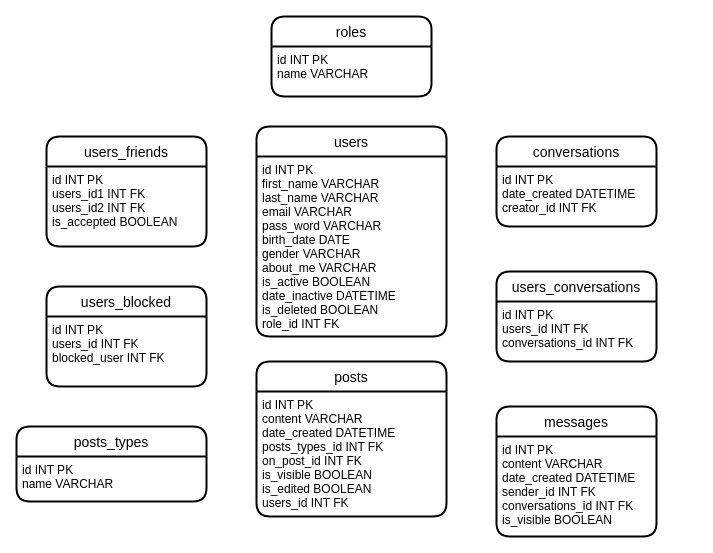
This is UI/KOPPLINGSDIAGRAM.drawio from Radagastno1/Facebook-Lite, a draw.io file, before an edit. Source tidied: cells renumbered, new cells numbered last; positions are measured from the earlier drawing's top-left corner, leaving out a move shared by most shapes. Both pictures are drawn from the tidied source at 100%, with x=0, y=0 at pixel (16, 16).
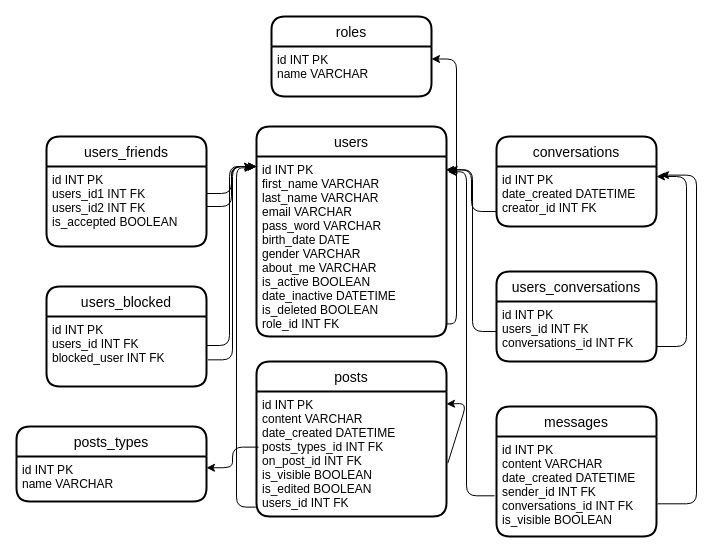
The same page after the edit.

The change refers to these unchanged cells:
```xml
<mxCell id="3" value="id INT PK&#10;name VARCHAR" style="align=left;strokeColor=none;fillColor=none;spacingLeft=4;fontSize=12;verticalAlign=top;" parent="2" vertex="1">
  <mxGeometry y="30" width="160" height="50" as="geometry" />
</mxCell>
<mxCell id="6" value="id INT PK&#10;users_id1 INT FK&#10;users_id2 INT FK&#10;is_accepted BOOLEAN" style="align=left;strokeColor=none;fillColor=none;spacingLeft=4;fontSize=12;verticalAlign=top;" parent="4" vertex="1">
  <mxGeometry y="30" width="160" height="80" as="geometry" />
</mxCell>
<mxCell id="9" value="id INT PK&#10;users_id INT FK&#10;blocked_user INT FK" style="align=left;strokeColor=none;fillColor=none;spacingLeft=4;fontSize=12;verticalAlign=top;" parent="7" vertex="1">
  <mxGeometry y="30" width="160" height="70" as="geometry" />
</mxCell>
<mxCell id="12" value="id INT PK&#10;first_name VARCHAR&#10;last_name VARCHAR&#10;email VARCHAR&#10;pass_word VARCHAR&#10;birth_date DATE&#10;gender VARCHAR&#10;about_me VARCHAR&#10;is_active BOOLEAN&#10;date_inactive DATETIME&#10;is_deleted BOOLEAN&#10;role_id INT FK" style="align=left;strokeColor=none;fillColor=none;spacingLeft=4;fontSize=12;verticalAlign=top;" parent="10" vertex="1">
  <mxGeometry y="30" width="190" height="180" as="geometry" />
</mxCell>
<mxCell id="13" value="posts" style="swimlane;horizontal=1;startSize=30;rounded=1;fontSize=14;fontStyle=0;strokeWidth=2;shadow=0;dashed=0;align=center;" parent="1" vertex="1">
  <mxGeometry x="240" y="345" width="190" height="155" as="geometry" />
</mxCell>
<mxCell id="15" value="id INT PK&#10;content VARCHAR&#10;date_created DATETIME&#10;posts_types_id INT FK&#10;on_post_id INT FK&#10;is_visible BOOLEAN&#10;is_edited BOOLEAN&#10;users_id INT FK" style="align=left;strokeColor=none;fillColor=none;spacingLeft=4;fontSize=12;verticalAlign=top;" parent="13" vertex="1">
  <mxGeometry y="30" width="190" height="125" as="geometry" />
</mxCell>
<mxCell id="18" value="id INT PK&#10;name VARCHAR " style="align=left;strokeColor=none;fillColor=none;spacingLeft=4;fontSize=12;verticalAlign=top;" parent="16" vertex="1">
  <mxGeometry y="30" width="190" height="45" as="geometry" />
</mxCell>
<mxCell id="21" value="id INT PK&#10;date_created DATETIME&#10;creator_id INT FK" style="align=left;strokeColor=none;fillColor=none;spacingLeft=4;fontSize=12;verticalAlign=top;" parent="19" vertex="1">
  <mxGeometry y="30" width="160" height="60" as="geometry" />
</mxCell>
<mxCell id="24" value="id INT PK&#10;users_id INT FK&#10;conversations_id INT FK" style="align=left;strokeColor=none;fillColor=none;spacingLeft=4;fontSize=12;verticalAlign=top;" parent="22" vertex="1">
  <mxGeometry y="30" width="160" height="60" as="geometry" />
</mxCell>
<mxCell id="27" value="id INT PK&#10;content VARCHAR&#10;date_created DATETIME&#10;sender_id INT FK&#10;conversations_id INT FK&#10;is_visible BOOLEAN" style="align=left;strokeColor=none;fillColor=none;spacingLeft=4;fontSize=12;verticalAlign=top;" parent="25" vertex="1">
  <mxGeometry y="30" width="160" height="100" as="geometry" />
</mxCell>
```

Diff of the diagram source:
```diff
@@
+    <mxCell id="28" style="edgeStyle=elbowEdgeStyle;elbow=horizontal;endArrow=classic;html=1;entryX=1;entryY=0.099;entryDx=0;entryDy=0;entryPerimeter=0;exitX=1.007;exitY=0.573;exitDx=0;exitDy=0;exitPerimeter=0;" parent="13" edge="1" source="15" target="15">
+      <mxGeometry relative="1" as="geometry">
+        <Array as="points">
+          <mxPoint x="210" y="42" />
+        </Array>
+      </mxGeometry>
+    </mxCell>
@@
+    <mxCell id="29" style="edgeStyle=elbowEdgeStyle;elbow=horizontal;endArrow=classic;html=1;exitX=1;exitY=0.5;exitDx=0;exitDy=0;entryX=0;entryY=0.056;entryDx=0;entryDy=0;entryPerimeter=0;" parent="1" edge="1" source="6" target="12">
+      <mxGeometry relative="1" as="geometry" />
+    </mxCell>
+    <mxCell id="30" style="edgeStyle=elbowEdgeStyle;elbow=horizontal;endArrow=classic;html=1;" parent="1" edge="1">
+      <mxGeometry relative="1" as="geometry">
+        <mxPoint x="190" y="177" as="sourcePoint" />
+        <mxPoint x="240" y="150" as="targetPoint" />
+      </mxGeometry>
+    </mxCell>
+    <mxCell id="31" style="edgeStyle=elbowEdgeStyle;elbow=horizontal;endArrow=classic;html=1;exitX=0.996;exitY=0.93;exitDx=0;exitDy=0;entryX=1;entryY=0.25;entryDx=0;entryDy=0;exitPerimeter=0;" parent="1" edge="1" source="12" target="3">
+      <mxGeometry relative="1" as="geometry">
+        <Array as="points">
+          <mxPoint x="440" y="180" />
+        </Array>
+      </mxGeometry>
+    </mxCell>
+    <mxCell id="32" style="edgeStyle=elbowEdgeStyle;elbow=horizontal;endArrow=classic;html=1;exitX=1.008;exitY=0.619;exitDx=0;exitDy=0;exitPerimeter=0;" parent="1" edge="1" source="9">
+      <mxGeometry relative="1" as="geometry">
+        <mxPoint x="240" y="150" as="targetPoint" />
+      </mxGeometry>
+    </mxCell>
+    <mxCell id="33" style="edgeStyle=elbowEdgeStyle;elbow=horizontal;endArrow=classic;html=1;" parent="1" edge="1">
+      <mxGeometry relative="1" as="geometry">
+        <mxPoint x="190" y="329" as="sourcePoint" />
+        <mxPoint x="236" y="150" as="targetPoint" />
+      </mxGeometry>
+    </mxCell>
+    <mxCell id="34" style="edgeStyle=elbowEdgeStyle;elbow=horizontal;endArrow=classic;html=1;exitX=0;exitY=0.75;exitDx=0;exitDy=0;entryX=0.996;entryY=0.074;entryDx=0;entryDy=0;entryPerimeter=0;" parent="1" edge="1" source="21" target="12">
+      <mxGeometry relative="1" as="geometry" />
+    </mxCell>
+    <mxCell id="35" style="edgeStyle=elbowEdgeStyle;elbow=horizontal;endArrow=classic;html=1;exitX=0;exitY=0.5;exitDx=0;exitDy=0;entryX=1.014;entryY=0.074;entryDx=0;entryDy=0;entryPerimeter=0;" parent="1" edge="1" source="24" target="12">
+      <mxGeometry relative="1" as="geometry" />
+    </mxCell>
+    <mxCell id="36" style="edgeStyle=elbowEdgeStyle;elbow=horizontal;endArrow=classic;html=1;exitX=1;exitY=0.75;exitDx=0;exitDy=0;" parent="1" edge="1" source="24">
+      <mxGeometry relative="1" as="geometry">
+        <mxPoint x="640" y="160" as="targetPoint" />
+        <Array as="points">
+          <mxPoint x="670" y="245" />
+        </Array>
+      </mxGeometry>
+    </mxCell>
+    <mxCell id="37" style="edgeStyle=elbowEdgeStyle;elbow=horizontal;endArrow=classic;html=1;exitX=1.008;exitY=0.673;exitDx=0;exitDy=0;entryX=1.025;entryY=0.144;entryDx=0;entryDy=0;entryPerimeter=0;exitPerimeter=0;" parent="1" edge="1" source="27" target="21">
+      <mxGeometry relative="1" as="geometry">
+        <Array as="points">
+          <mxPoint x="680" y="320" />
+        </Array>
+      </mxGeometry>
+    </mxCell>
+    <mxCell id="38" style="edgeStyle=elbowEdgeStyle;elbow=horizontal;endArrow=classic;html=1;exitX=-0.012;exitY=0.593;exitDx=0;exitDy=0;entryX=1.007;entryY=0.085;entryDx=0;entryDy=0;entryPerimeter=0;exitPerimeter=0;" parent="1" edge="1" source="27" target="12">
+      <mxGeometry relative="1" as="geometry">
+        <Array as="points">
+          <mxPoint x="450" y="320" />
+        </Array>
+      </mxGeometry>
+    </mxCell>
+    <mxCell id="39" style="edgeStyle=elbowEdgeStyle;elbow=horizontal;endArrow=classic;html=1;exitX=-0.004;exitY=0.925;exitDx=0;exitDy=0;entryX=-0.018;entryY=0.063;entryDx=0;entryDy=0;entryPerimeter=0;exitPerimeter=0;" parent="1" edge="1" source="15" target="12">
+      <mxGeometry relative="1" as="geometry">
+        <Array as="points">
+          <mxPoint x="220" y="330" />
+        </Array>
+      </mxGeometry>
+    </mxCell>
+    <mxCell id="40" style="edgeStyle=elbowEdgeStyle;elbow=horizontal;endArrow=classic;html=1;exitX=0.011;exitY=0.445;exitDx=0;exitDy=0;entryX=1;entryY=0.25;entryDx=0;entryDy=0;exitPerimeter=0;" parent="1" edge="1" source="15" target="18">
+      <mxGeometry relative="1" as="geometry" />
+    </mxCell>
```
